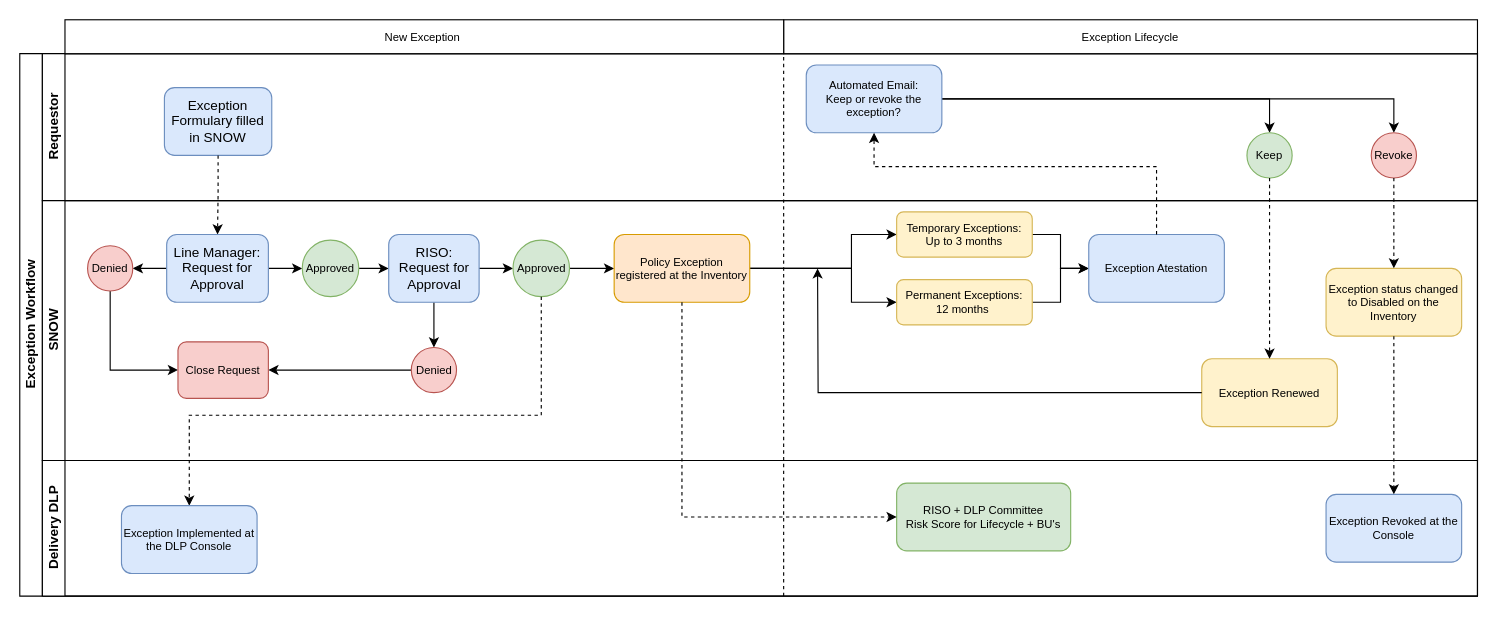
Earlier version of the draw.io diagram Fluxograma.drawio (jovblopes/Internet-of-Things). Source tidied: cells renumbered, new cells numbered last; positions are measured from the earlier drawing's top-left corner, leaving out a move shared by most shapes. Both pictures are drawn from the tidied source at 113%, with x=0, y=0 at pixel (19, 19).
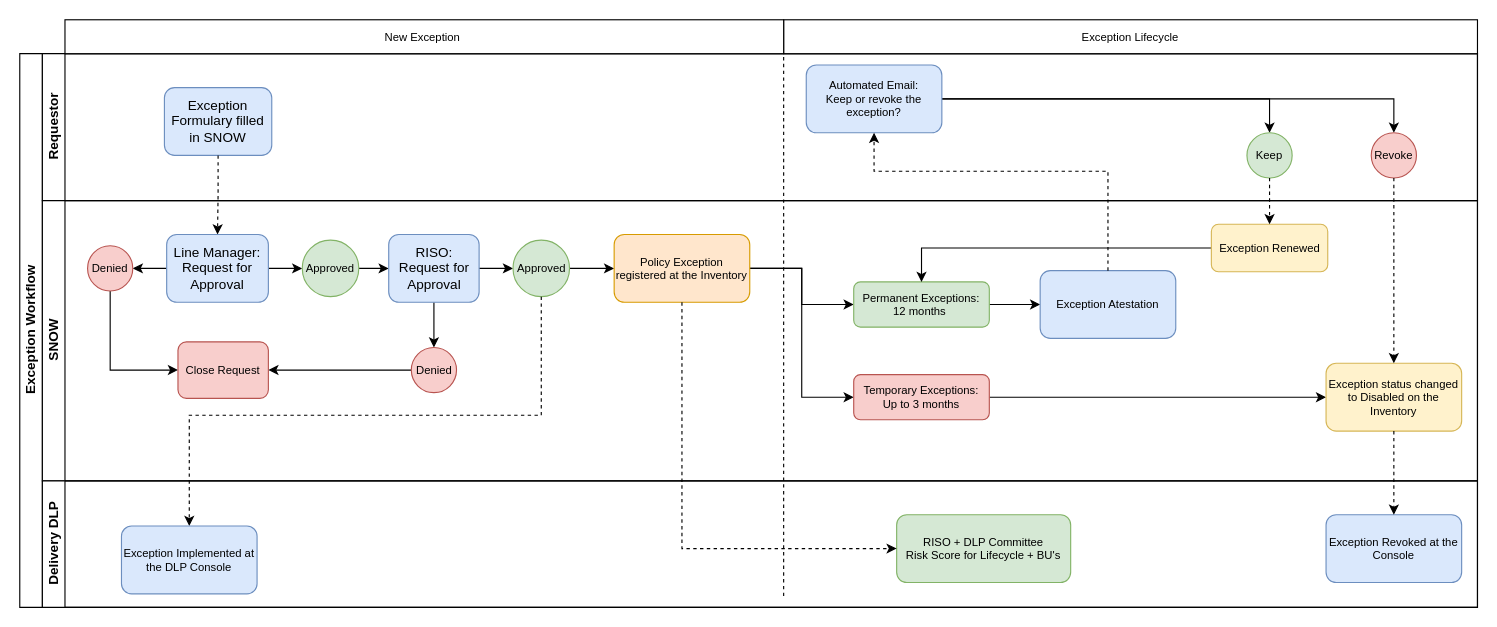
The same page after the edit.

Unchanged cells that the change refers to:
```xml
<mxCell id="3" style="group;" parent="2" vertex="1">
  <mxGeometry width="1290" height="510" as="geometry" />
</mxCell>
<mxCell id="10" value="Automated Email:&lt;br&gt;Keep or revoke the exception?" style="rounded=1;whiteSpace=wrap;html=1;fontSize=10;fillColor=#dae8fc;strokeColor=#6c8ebf;" parent="5" vertex="1">
  <mxGeometry x="676" y="10" width="120" height="60" as="geometry" />
</mxCell>
<mxCell id="32" value="Policy Exception registered at the Inventory" style="rounded=1;whiteSpace=wrap;html=1;fontSize=10;fillColor=#ffe6cc;strokeColor=#d79b00;" parent="14" vertex="1">
  <mxGeometry x="506" y="30" width="120" height="60" as="geometry" />
</mxCell>
```

What changed in the source:
```diff
@@
     <mxCell id="4" value="Exception Workflow" style="swimlane;html=1;horizontal=0;startSize=20;" parent="3" vertex="1">
-      <mxGeometry y="30" width="1290" height="480" as="geometry" />
+      <mxGeometry y="30" width="1290" height="490" as="geometry" />
     </mxCell>
@@
     <mxCell id="14" value="SNOW" style="swimlane;html=1;startSize=20;horizontal=0;" parent="4" vertex="1">
-      <mxGeometry x="20" y="130" width="1270" height="230" as="geometry" />
+      <mxGeometry x="20" y="130" width="1270" height="248" as="geometry" />
     </mxCell>
@@
+    <mxCell id="31" style="edgeStyle=orthogonalEdgeStyle;rounded=0;jettySize=auto;html=1;entryX=0;entryY=0.5;entryDx=0;entryDy=0;fontSize=10;" parent="14" edge="1" source="32" target="36">
+      <mxGeometry relative="1" as="geometry" />
+    </mxCell>
     <mxCell id="30" style="edgeStyle=orthogonalEdgeStyle;rounded=0;jettySize=auto;html=1;entryX=0;entryY=0.5;entryDx=0;entryDy=0;fontSize=10;" parent="14" edge="1" source="32" target="34">
-      <mxGeometry relative="1" as="geometry">
-        <Array as="points">
-          <mxPoint x="716" y="60" />
-          <mxPoint x="716" y="30" />
-        </Array>
-      </mxGeometry>
+      <mxGeometry relative="1" as="geometry" />
     </mxCell>
-    <mxCell id="31" style="edgeStyle=orthogonalEdgeStyle;rounded=0;jettySize=auto;html=1;entryX=0;entryY=0.5;entryDx=0;entryDy=0;fontSize=10;" parent="14" edge="1" source="32" target="36">
-      <mxGeometry relative="1" as="geometry">
-        <Array as="points">
-          <mxPoint x="716" y="60" />
-          <mxPoint x="716" y="90" />
-        </Array>
-      </mxGeometry>
-    </mxCell>
@@
-    <mxCell id="33" style="edgeStyle=orthogonalEdgeStyle;rounded=0;jettySize=auto;html=1;entryX=0;entryY=0.5;entryDx=0;entryDy=0;fontSize=10;" parent="14" edge="1" source="34" target="37">
-      <mxGeometry relative="1" as="geometry" />
-    </mxCell>
+    <mxCell id="53" style="edgeStyle=orthogonalEdgeStyle;rounded=0;jettySize=auto;html=1;entryX=0;entryY=0.5;entryDx=0;entryDy=0;fontSize=10;" parent="14" edge="1" source="34" target="38">
+      <mxGeometry relative="1" as="geometry" />
+    </mxCell>
-    <mxCell id="34" value="Temporary Exceptions:&lt;br&gt;Up to 3 months" style="rounded=1;whiteSpace=wrap;html=1;fontSize=10;fillColor=#fff2cc;strokeColor=#d6b656;" parent="14" vertex="1">
-      <mxGeometry x="756" y="10" width="120" height="40" as="geometry" />
+    <mxCell id="34" value="Temporary Exceptions:&lt;br&gt;Up to 3 months" style="rounded=1;whiteSpace=wrap;html=1;fontSize=10;fillColor=#f8cecc;strokeColor=#b85450;" parent="14" vertex="1">
+      <mxGeometry x="718" y="154" width="120" height="40" as="geometry" />
     </mxCell>
@@
-    <mxCell id="36" value="Permanent Exceptions:&lt;br&gt;12 months&amp;nbsp;" style="rounded=1;whiteSpace=wrap;html=1;fontSize=10;fillColor=#fff2cc;strokeColor=#d6b656;" parent="14" vertex="1">
-      <mxGeometry x="756" y="70" width="120" height="40" as="geometry" />
+    <mxCell id="36" value="Permanent Exceptions:&lt;br&gt;12 months&amp;nbsp;" style="rounded=1;whiteSpace=wrap;html=1;fontSize=10;fillColor=#d5e8d4;strokeColor=#82b366;" parent="14" vertex="1">
+      <mxGeometry x="718" y="72" width="120" height="40" as="geometry" />
     </mxCell>
     <mxCell id="37" value="Exception Atestation" style="rounded=1;whiteSpace=wrap;html=1;fontSize=10;fillColor=#dae8fc;strokeColor=#6c8ebf;" parent="14" vertex="1">
-      <mxGeometry x="926" y="30" width="120" height="60" as="geometry" />
+      <mxGeometry x="883" y="62" width="120" height="60" as="geometry" />
     </mxCell>
     <mxCell id="38" value="Exception status changed to Disabled on the Inventory" style="rounded=1;whiteSpace=wrap;html=1;fontSize=10;fillColor=#fff2cc;strokeColor=#d6b656;" parent="14" vertex="1">
-      <mxGeometry x="1136" y="60" width="120" height="60" as="geometry" />
+      <mxGeometry x="1136" y="144" width="120" height="60" as="geometry" />
     </mxCell>
+    <mxCell id="54" style="edgeStyle=orthogonalEdgeStyle;rounded=0;jettySize=auto;html=1;entryX=0.5;entryY=0;entryDx=0;entryDy=0;fontSize=10;" parent="14" edge="1" source="39" target="36">
+      <mxGeometry relative="1" as="geometry" />
+    </mxCell>
     <mxCell id="39" value="Exception Renewed" style="rounded=1;whiteSpace=wrap;html=1;fontSize=10;fillColor=#fff2cc;strokeColor=#d6b656;" parent="14" vertex="1">
-      <mxGeometry x="1026" y="140" width="120" height="60" as="geometry" />
+      <mxGeometry x="1034.5" y="21" width="103" height="42" as="geometry" />
     </mxCell>
@@
     <mxCell id="41" value="Delivery DLP" style="swimlane;html=1;startSize=20;horizontal=0;" parent="4" vertex="1">
-      <mxGeometry x="20" y="360" width="1270" height="120" as="geometry" />
+      <mxGeometry x="20" y="378" width="1270" height="112" as="geometry" />
     </mxCell>
@@
     <mxCell id="44" value="RISO + DLP Committee&lt;br&gt;Risk Score for Lifecycle + BU's" style="rounded=1;whiteSpace=wrap;html=1;fontSize=10;fillColor=#d5e8d4;strokeColor=#82b366;" parent="41" vertex="1">
-      <mxGeometry x="756" y="20" width="154" height="60" as="geometry" />
+      <mxGeometry x="756" y="30" width="154" height="60" as="geometry" />
     </mxCell>
-    <mxCell id="45" style="edgeStyle=orthogonalEdgeStyle;rounded=0;jettySize=auto;html=1;entryX=0.5;entryY=1;entryDx=0;entryDy=0;fontSize=10;dashed=1;" parent="4" edge="1" source="37" target="10">
-      <mxGeometry relative="1" as="geometry">
-        <Array as="points">
-          <mxPoint x="1006" y="100" />
-          <mxPoint x="756" y="100" />
-        </Array>
-      </mxGeometry>
-    </mxCell>
@@
     <mxCell id="49" style="edgeStyle=orthogonalEdgeStyle;rounded=0;jettySize=auto;html=1;entryX=0;entryY=0.5;entryDx=0;entryDy=0;fontSize=10;dashed=1;" parent="4" edge="1" source="32" target="44">
       <mxGeometry relative="1" as="geometry">
         <Array as="points">
-          <mxPoint x="586" y="410" />
+          <mxPoint x="586" y="438" />
         </Array>
       </mxGeometry>
     </mxCell>
+    <mxCell id="45" style="edgeStyle=orthogonalEdgeStyle;rounded=0;jettySize=auto;html=1;entryX=0.5;entryY=1;entryDx=0;entryDy=0;fontSize=10;dashed=1;" parent="4" edge="1" source="37" target="10">
+      <mxGeometry relative="1" as="geometry">
+        <Array as="points">
+          <mxPoint x="963" y="104" />
+          <mxPoint x="756" y="104" />
+        </Array>
+      </mxGeometry>
+    </mxCell>
@@
-    <mxCell id="52" style="edgeStyle=orthogonalEdgeStyle;rounded=0;jettySize=auto;html=1;fontSize=10;" parent="1" edge="1" source="39">
-      <mxGeometry relative="1" as="geometry">
-        <mxPoint x="706" y="220" as="targetPoint" />
-      </mxGeometry>
-    </mxCell>
```
